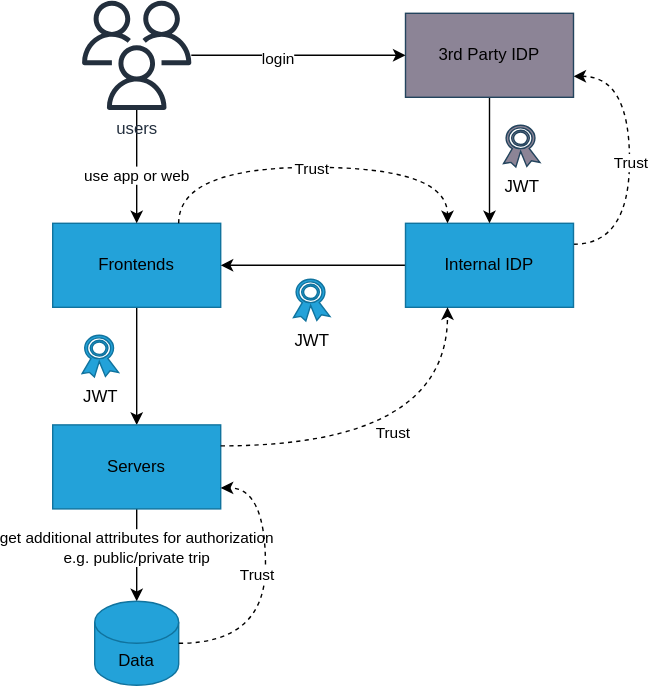
wschaef/architecture-kata-2023 keeps this draw.io diagram as diagrams/Security.drawio.svg. Above is the earlier version. Source tidied: cells renumbered, new cells last; positions are measured from the earlier drawing's top-left corner, leaving out a move shared by most shapes.
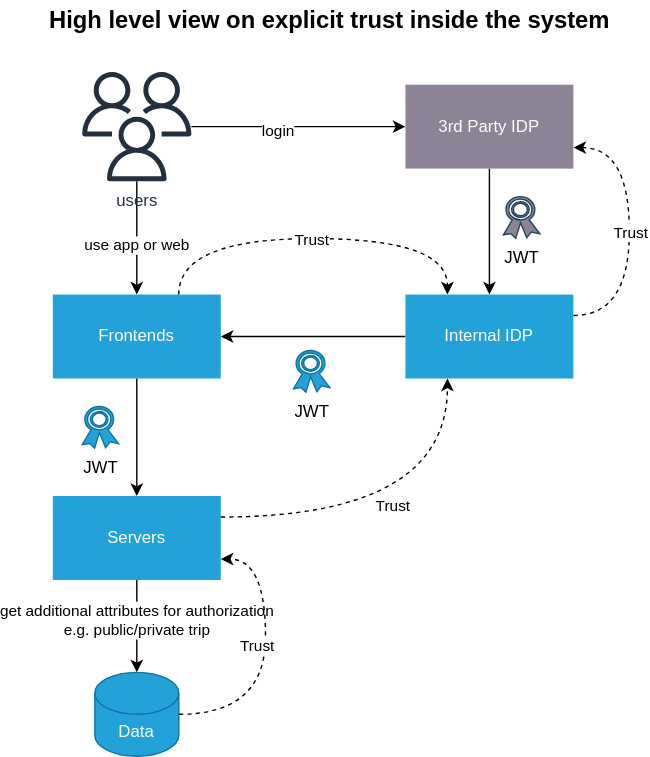
The same diagram one commit later.

Change to the diagram source:
```diff
@@ -1,11 +1,11 @@
-<mxGraphModel>
+<mxGraphModel background="#ffffff">
   <root>
     <mxCell id="0" />
     <mxCell id="1" parent="0" />
     <mxCell id="2" style="edgeStyle=orthogonalEdgeStyle;rounded=0;jettySize=auto;html=1;" parent="1" edge="1" source="3" target="12">
       <mxGeometry relative="1" as="geometry" />
     </mxCell>
-    <mxCell id="3" value="Frontends" style="rounded=0;whiteSpace=wrap;html=1;fillColor=#23A2D9;strokeColor=#10739e;" parent="1" vertex="1">
+    <mxCell id="3" value="Frontends" style="rounded=0;whiteSpace=wrap;html=1;fillColor=#23A2D9;strokeColor=none;fontColor=#FFFFFF;" parent="1" vertex="1">
       <mxGeometry y="159" width="120" height="60" as="geometry" />
     </mxCell>
     <mxCell id="4" style="edgeStyle=orthogonalEdgeStyle;rounded=0;jettySize=auto;html=1;entryX=1;entryY=0.5;entryDx=0;entryDy=0;" parent="1" edge="1" source="7" target="3">
@@ -22,13 +22,13 @@
     <mxCell id="6" value="Trust" style="edgeLabel;html=1;align=center;verticalAlign=middle;" parent="5" vertex="1">
       <mxGeometry x="-0.01" y="-1" relative="1" as="geometry" />
     </mxCell>
-    <mxCell id="7" value="Internal IDP" style="rounded=0;whiteSpace=wrap;html=1;fillColor=#23A2D9;strokeColor=#10739e;" parent="1" vertex="1">
+    <mxCell id="7" value="Internal IDP" style="rounded=0;whiteSpace=wrap;html=1;fillColor=#23A2D9;strokeColor=none;fontColor=#FFFFFF;" parent="1" vertex="1">
       <mxGeometry x="252" y="159" width="120" height="60" as="geometry" />
     </mxCell>
     <mxCell id="8" style="edgeStyle=orthogonalEdgeStyle;rounded=0;jettySize=auto;html=1;" parent="1" edge="1" source="9" target="7">
       <mxGeometry relative="1" as="geometry" />
     </mxCell>
-    <mxCell id="9" value="3rd Party IDP" style="rounded=0;whiteSpace=wrap;html=1;fillColor=#8C8496;strokeColor=#23445d;" parent="1" vertex="1">
+    <mxCell id="9" value="3rd Party IDP" style="rounded=0;whiteSpace=wrap;html=1;fillColor=#8C8496;strokeColor=none;fontColor=#FFFFFF;" parent="1" vertex="1">
       <mxGeometry x="252" y="9" width="120" height="60" as="geometry" />
     </mxCell>
     <mxCell id="10" style="edgeStyle=orthogonalEdgeStyle;rounded=0;jettySize=auto;html=1;" parent="1" edge="1" source="12" target="19">
@@ -37,7 +37,7 @@
     <mxCell id="11" value="get additional attributes for authorization&lt;br&gt;e.g. public/private trip" style="edgeLabel;html=1;align=center;verticalAlign=middle;" parent="10" vertex="1">
       <mxGeometry x="-0.14" relative="1" as="geometry" />
     </mxCell>
-    <mxCell id="12" value="Servers" style="rounded=0;whiteSpace=wrap;html=1;fillColor=#23A2D9;strokeColor=#10739e;" parent="1" vertex="1">
+    <mxCell id="12" value="Servers" style="rounded=0;whiteSpace=wrap;html=1;fillColor=#23A2D9;strokeColor=none;fontColor=#FFFFFF;" parent="1" vertex="1">
       <mxGeometry y="303" width="120" height="60" as="geometry" />
     </mxCell>
     <mxCell id="13" value="JWT" style="sketch=0;shadow=0;dashed=0;html=1;strokeColor=#23445d;fillColor=#8C8496;labelPosition=center;verticalLabelPosition=bottom;verticalAlign=top;align=center;shape=mxgraph.office.security.token;" parent="1" vertex="1">
@@ -60,7 +60,7 @@
     <mxCell id="18" value="users" style="sketch=0;outlineConnect=0;fontColor=#232F3E;gradientColor=none;fillColor=#232F3D;strokeColor=none;dashed=0;verticalLabelPosition=bottom;verticalAlign=top;align=center;html=1;fontSize=12;fontStyle=0;shape=mxgraph.aws4.users;" parent="1" vertex="1">
       <mxGeometry x="21" width="78" height="78" as="geometry" />
     </mxCell>
-    <mxCell id="19" value="Data" style="shape=cylinder3;whiteSpace=wrap;html=1;boundedLbl=1;backgroundOutline=1;size=15;fillColor=#23A2D9;strokeColor=#10739e;" parent="1" vertex="1">
+    <mxCell id="19" value="Data" style="shape=cylinder3;whiteSpace=wrap;html=1;boundedLbl=1;backgroundOutline=1;size=15;fillColor=#23A2D9;strokeColor=#10739e;fontColor=#FFFFFF;" parent="1" vertex="1">
       <mxGeometry x="30" y="429" width="60" height="60" as="geometry" />
     </mxCell>
     <mxCell id="20" value="JWT" style="sketch=0;shadow=0;dashed=0;html=1;strokeColor=#10739e;fillColor=#23A2D9;labelPosition=center;verticalLabelPosition=bottom;verticalAlign=top;align=center;shape=mxgraph.office.security.token;" parent="1" vertex="1">
@@ -101,5 +101,8 @@
         <mxPoint x="-7" y="-10" as="offset" />
       </mxGeometry>
     </mxCell>
+    <mxCell id="28" value="High level view on explicit trust inside the system" style="text;html=1;strokeColor=none;fillColor=none;align=center;verticalAlign=middle;whiteSpace=wrap;rounded=0;fontSize=17;fontStyle=1;" parent="1" vertex="1">
+      <mxGeometry x="-18" y="-51" width="432" height="30" as="geometry" />
+    </mxCell>
   </root>
 </mxGraphModel>
```
